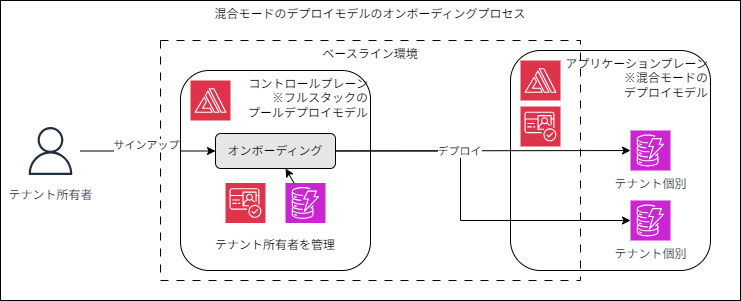
horietakehiro/deep-dive-multi-tenant-saas-on-aws keeps this draw.io diagram as images/06/mix-resource-separation.drawio.png. Above is the earlier version. Source tidied: cells renumbered, new cells last; positions are measured from the earlier drawing's top-left corner, leaving out a move shared by most shapes.
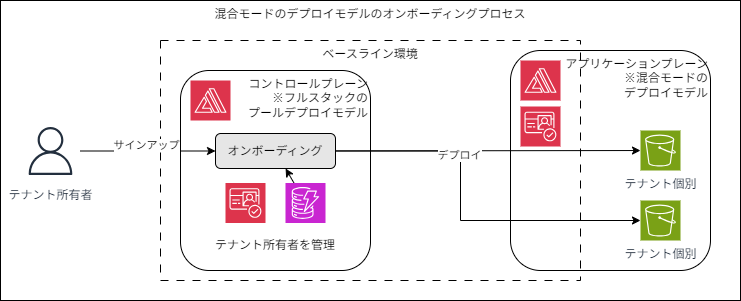
After the change.

Change to the diagram source:
```diff
@@ -31,16 +31,10 @@
     <mxCell id="10" style="sketch=0;fontColor=#232F3E;fillColor=#DD344C;strokeColor=#ffffff;dashed=0;verticalLabelPosition=bottom;verticalAlign=top;align=center;html=1;fontSize=12;fontStyle=0;shape=mxgraph.aws4.resourceIcon;resIcon=mxgraph.aws4.cognito;" parent="1" vertex="1">
       <mxGeometry x="520" y="106" width="40" height="40" as="geometry" />
     </mxCell>
-    <mxCell id="11" value="テナント個別" style="sketch=0;points=[[0,0,0],[0.25,0,0],[0.5,0,0],[0.75,0,0],[1,0,0],[0,1,0],[0.25,1,0],[0.5,1,0],[0.75,1,0],[1,1,0],[0,0.25,0],[0,0.5,0],[0,0.75,0],[1,0.25,0],[1,0.5,0],[1,0.75,0]];outlineConnect=0;fontColor=#232F3E;fillColor=#C925D1;strokeColor=#ffffff;dashed=0;verticalLabelPosition=bottom;verticalAlign=top;align=center;html=1;fontSize=12;fontStyle=0;shape=mxgraph.aws4.resourceIcon;resIcon=mxgraph.aws4.dynamodb;" parent="1" vertex="1">
-      <mxGeometry x="630" y="130" width="40" height="40" as="geometry" />
-    </mxCell>
-    <mxCell id="12" value="テナント個別" style="sketch=0;points=[[0,0,0],[0.25,0,0],[0.5,0,0],[0.75,0,0],[1,0,0],[0,1,0],[0.25,1,0],[0.5,1,0],[0.75,1,0],[1,1,0],[0,0.25,0],[0,0.5,0],[0,0.75,0],[1,0.25,0],[1,0.5,0],[1,0.75,0]];outlineConnect=0;fontColor=#232F3E;fillColor=#C925D1;strokeColor=#ffffff;dashed=0;verticalLabelPosition=bottom;verticalAlign=top;align=center;html=1;fontSize=12;fontStyle=0;shape=mxgraph.aws4.resourceIcon;resIcon=mxgraph.aws4.dynamodb;" parent="1" vertex="1">
-      <mxGeometry x="630" y="200" width="40" height="40" as="geometry" />
-    </mxCell>
-    <mxCell id="13" style="edgeStyle=none;html=1;" parent="1" edge="1" source="16" target="11">
+    <mxCell id="13" style="edgeStyle=none;html=1;" parent="1" edge="1" source="16" target="22">
       <mxGeometry relative="1" as="geometry" />
     </mxCell>
-    <mxCell id="14" style="edgeStyle=orthogonalEdgeStyle;html=1;rounded=0;curved=0;" parent="1" edge="1" source="16" target="12">
+    <mxCell id="14" style="edgeStyle=orthogonalEdgeStyle;html=1;rounded=0;curved=0;entryX=0;entryY=0.5;entryDx=0;entryDy=0;entryPerimeter=0;" parent="1" edge="1" source="16" target="23">
       <mxGeometry relative="1" as="geometry">
         <Array as="points">
           <mxPoint x="460" y="151" />
@@ -71,5 +65,11 @@
     <mxCell id="21" value="テナント所有者を管理" style="text;html=1;align=center;verticalAlign=middle;whiteSpace=wrap;rounded=0;" parent="1" vertex="1">
       <mxGeometry x="210" y="230" width="130" height="30" as="geometry" />
     </mxCell>
+    <mxCell id="22" value="テナント個別" style="sketch=0;points=[[0,0,0],[0.25,0,0],[0.5,0,0],[0.75,0,0],[1,0,0],[0,1,0],[0.25,1,0],[0.5,1,0],[0.75,1,0],[1,1,0],[0,0.25,0],[0,0.5,0],[0,0.75,0],[1,0.25,0],[1,0.5,0],[1,0.75,0]];outlineConnect=0;fontColor=#232F3E;fillColor=#7AA116;strokeColor=#ffffff;dashed=0;verticalLabelPosition=bottom;verticalAlign=top;align=center;html=1;fontSize=12;fontStyle=0;shape=mxgraph.aws4.resourceIcon;resIcon=mxgraph.aws4.s3;" parent="1" vertex="1">
+      <mxGeometry x="640" y="130" width="40" height="40" as="geometry" />
+    </mxCell>
+    <mxCell id="23" value="テナント個別" style="sketch=0;points=[[0,0,0],[0.25,0,0],[0.5,0,0],[0.75,0,0],[1,0,0],[0,1,0],[0.25,1,0],[0.5,1,0],[0.75,1,0],[1,1,0],[0,0.25,0],[0,0.5,0],[0,0.75,0],[1,0.25,0],[1,0.5,0],[1,0.75,0]];outlineConnect=0;fontColor=#232F3E;fillColor=#7AA116;strokeColor=#ffffff;dashed=0;verticalLabelPosition=bottom;verticalAlign=top;align=center;html=1;fontSize=12;fontStyle=0;shape=mxgraph.aws4.resourceIcon;resIcon=mxgraph.aws4.s3;" parent="1" vertex="1">
+      <mxGeometry x="640" y="200" width="40" height="40" as="geometry" />
+    </mxCell>
   </root>
 </mxGraphModel>
```
